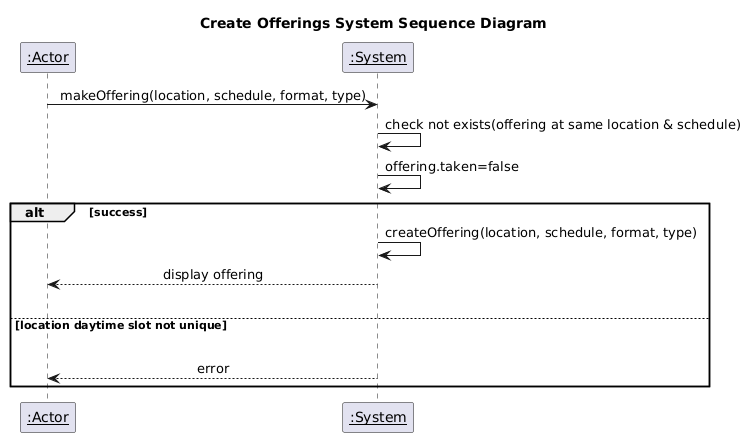
The PlantUML diagram deliverables/assets/create_offering_system_sequence_diagram.png in PrinceOfNothingg/Lesson-Booking-Management-System, before a commit.
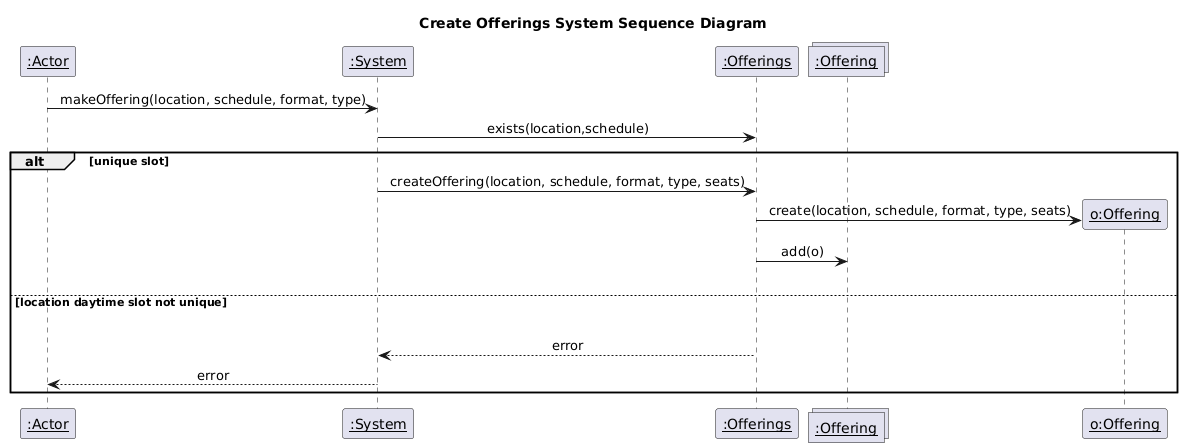
Above is the later version.

The edit, as a diff of the source:
```diff
@@ -1,6 +1,11 @@
 @startuml
 participant "__:Actor__" as actor
 participant "__:System__" as system
+participant "__:Offerings__" as offerings
+collections "__:Offering__" as offeringCollection
+participant "__o:Offering__" as offering
+
+
 
 title Create Offerings System Sequence Diagram
 
@@ -8,15 +13,16 @@
 
 actor -> system : makeOffering(location, schedule, format, type)
 
-system -> system : check not exists(offering at same location & schedule)
-system -> system : offering.taken=false
+system -> offerings : exists(location,schedule)
 
-alt success
-  system -> system : createOffering(location, schedule, format, type)
-  system --> actor : display offering
+alt unique slot
+system -> offerings : createOffering(location, schedule, format, type, seats)
+offerings -> offering** : create(location, schedule, format, type, seats)
+offerings -> offeringCollection : add(o)
 |||
 else location daytime slot not unique
 |||
-  system --> actor : error
+offerings --> system : error
+system --> actor : error
 end
 @enduml
```
